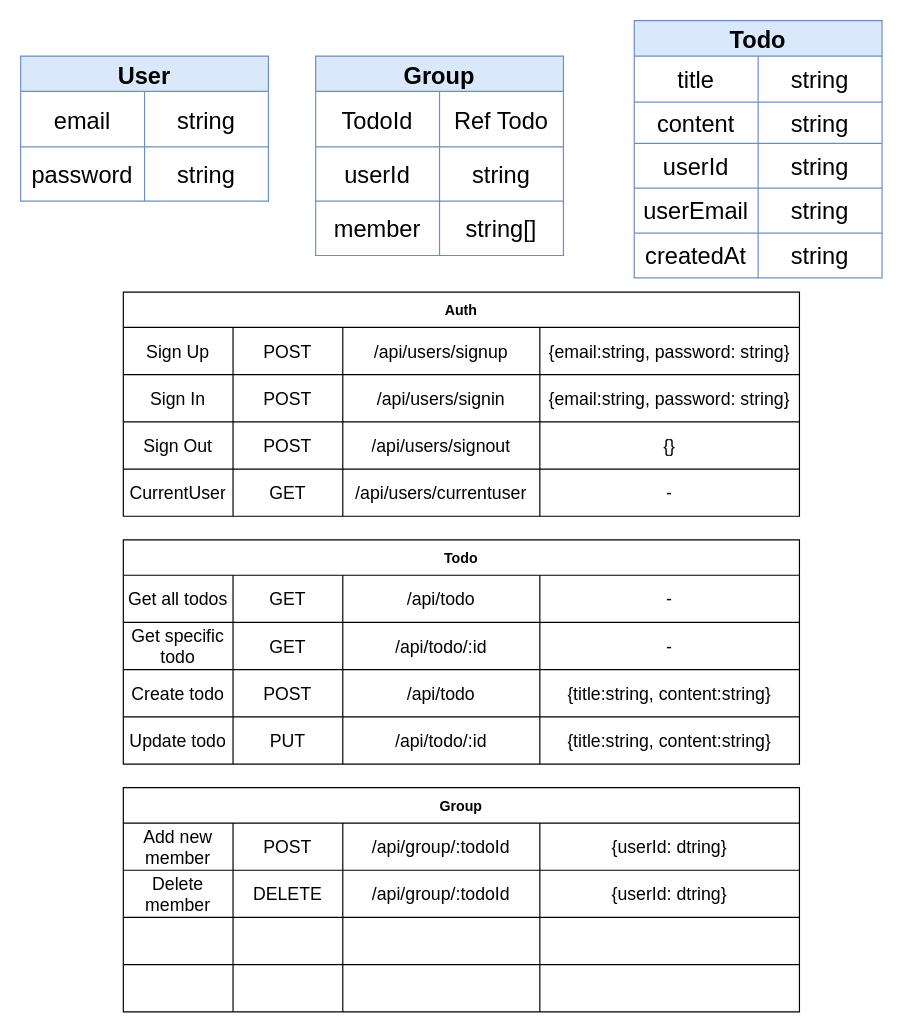
Above: page "第2頁" (2 of 2) of Untitled Diagram.drawio in fan0223/TaskTracker (draw.io), before the change. Source tidied: cells renumbered, new cells numbered last; positions are measured from the earlier drawing's top-left corner, leaving out a move shared by most shapes. Both pictures are drawn from the tidied source at 118%, with x=0, y=0 at pixel (20, 20).
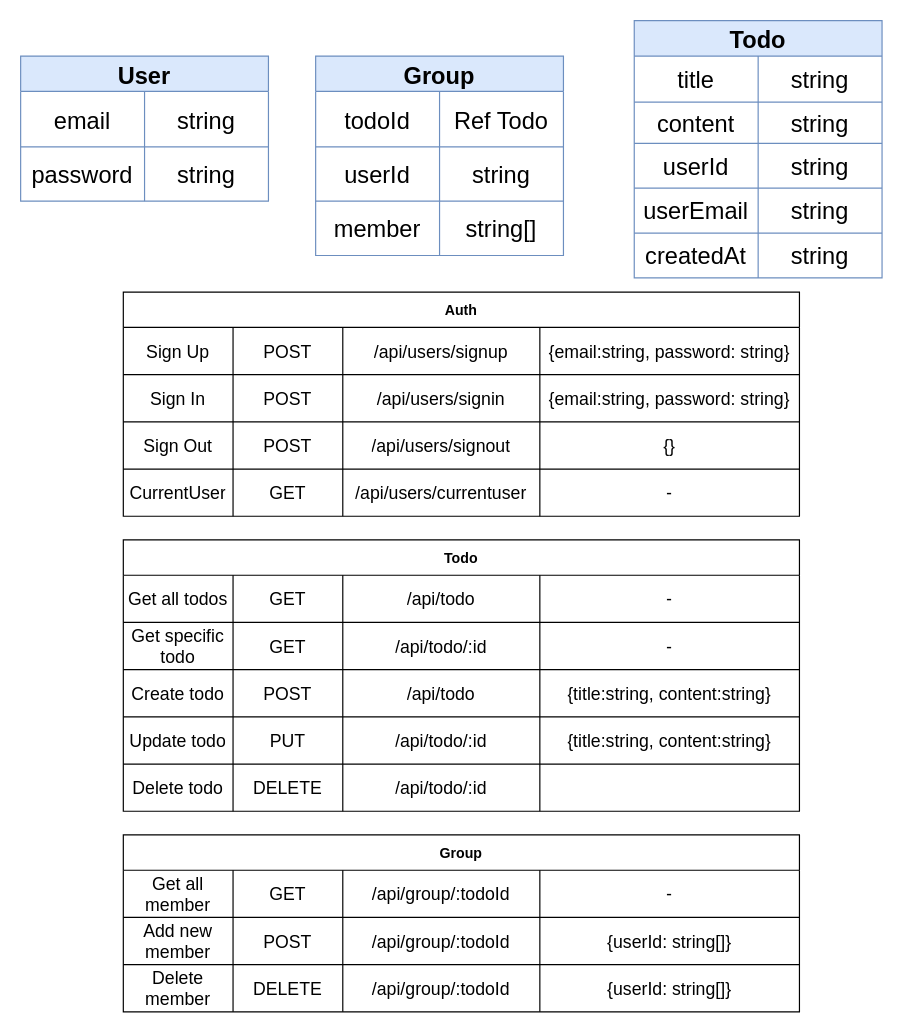
The same page after the edit.

Unchanged cells that the change refers to:
```xml
<mxCell id="26" style="shape=partialRectangle;whiteSpace=wrap;fillColor=none;top=0;left=0;bottom=0;right=0;rounded=0;shadow=0;sketch=0;fontSize=12;labelBackgroundColor=none;labelBorderColor=none;" parent="25" vertex="1">
  <mxGeometry y="30" width="210" height="47" as="geometry" />
</mxCell>
```

Diff of the diagram source:
```diff
@@
-    <mxCell id="27" value="TodoId" style="shape=partialRectangle;whiteSpace=wrap;fillColor=none;top=0;left=0;bottom=0;right=0;overflow=hidden;rounded=0;shadow=0;sketch=0;fontSize=20;labelBackgroundColor=none;labelBorderColor=none;" parent="26" vertex="1">
+    <mxCell id="27" value="todoId" style="shape=partialRectangle;whiteSpace=wrap;fillColor=none;top=0;left=0;bottom=0;right=0;overflow=hidden;rounded=0;shadow=0;sketch=0;fontSize=20;labelBackgroundColor=none;labelBorderColor=none;" parent="26" vertex="1">
       <mxGeometry width="105" height="47" as="geometry" />
     </mxCell>
@@
     <mxCell id="56" value="Todo" style="shape=table;startSize=30;childLayout=tableLayout;fontStyle=1;align=center;" parent="1" vertex="1">
-      <mxGeometry x="87" y="440" width="573" height="190" as="geometry" />
+      <mxGeometry x="87" y="440" width="573" height="230" as="geometry" />
     </mxCell>
@@
+    <mxCell id="98" style="shape=partialRectangle;html=1;whiteSpace=wrap;fillColor=none;top=0;left=0;bottom=0;right=0;" parent="56" vertex="1">
+      <mxGeometry y="190" width="573" height="40" as="geometry" />
+    </mxCell>
+    <mxCell id="99" value="Delete todo" style="shape=partialRectangle;html=1;whiteSpace=wrap;fillColor=none;top=0;left=0;bottom=0;right=0;overflow=hidden;fontSize=15;" parent="98" vertex="1">
+      <mxGeometry width="93" height="40" as="geometry" />
+    </mxCell>
+    <mxCell id="100" value="DELETE" style="shape=partialRectangle;html=1;whiteSpace=wrap;fillColor=none;top=0;left=0;bottom=0;right=0;overflow=hidden;fontSize=15;" parent="98" vertex="1">
+      <mxGeometry x="93" width="93" height="40" as="geometry" />
+    </mxCell>
+    <mxCell id="101" value="/api/todo/:id" style="shape=partialRectangle;html=1;whiteSpace=wrap;fillColor=none;top=0;left=0;bottom=0;right=0;overflow=hidden;fontSize=15;" parent="98" vertex="1">
+      <mxGeometry x="186" width="167" height="40" as="geometry" />
+    </mxCell>
+    <mxCell id="102" style="shape=partialRectangle;html=1;whiteSpace=wrap;fillColor=none;top=0;left=0;bottom=0;right=0;overflow=hidden;fontSize=15;" parent="98" vertex="1">
+      <mxGeometry x="353" width="220" height="40" as="geometry" />
+    </mxCell>
     <mxCell id="77" value="Group" style="shape=table;startSize=30;childLayout=tableLayout;fontStyle=1;align=center;" parent="1" vertex="1">
-      <mxGeometry x="87" y="650" width="573" height="190" as="geometry" />
+      <mxGeometry x="87" y="690" width="573" height="150" as="geometry" />
     </mxCell>
+    <mxCell id="103" style="shape=partialRectangle;html=1;whiteSpace=wrap;fillColor=none;top=0;left=0;bottom=0;right=0;" parent="77" vertex="1">
+      <mxGeometry y="30" width="573" height="40" as="geometry" />
+    </mxCell>
+    <mxCell id="104" value="Get all member" style="shape=partialRectangle;html=1;whiteSpace=wrap;fillColor=none;top=0;left=0;bottom=0;right=0;overflow=hidden;fontSize=15;" parent="103" vertex="1">
+      <mxGeometry width="93" height="40" as="geometry" />
+    </mxCell>
+    <mxCell id="105" value="GET" style="shape=partialRectangle;html=1;whiteSpace=wrap;fillColor=none;top=0;left=0;bottom=0;right=0;overflow=hidden;fontSize=15;" parent="103" vertex="1">
+      <mxGeometry x="93" width="93" height="40" as="geometry" />
+    </mxCell>
+    <mxCell id="106" value="&lt;span&gt;/api/group/:todoId&lt;/span&gt;" style="shape=partialRectangle;html=1;whiteSpace=wrap;fillColor=none;top=0;left=0;bottom=0;right=0;overflow=hidden;fontSize=15;" parent="103" vertex="1">
+      <mxGeometry x="186" width="167" height="40" as="geometry" />
+    </mxCell>
+    <mxCell id="107" value="-" style="shape=partialRectangle;html=1;whiteSpace=wrap;fillColor=none;top=0;left=0;bottom=0;right=0;overflow=hidden;fontSize=15;" parent="103" vertex="1">
+      <mxGeometry x="353" width="220" height="40" as="geometry" />
+    </mxCell>
     <mxCell id="78" style="shape=partialRectangle;html=1;whiteSpace=wrap;fillColor=none;top=0;left=0;bottom=0;right=0;" parent="77" vertex="1">
-      <mxGeometry y="30" width="573" height="40" as="geometry" />
+      <mxGeometry y="70" width="573" height="40" as="geometry" />
     </mxCell>
@@
-    <mxCell id="82" value="{userId: dtring}" style="shape=partialRectangle;html=1;whiteSpace=wrap;fillColor=none;top=0;left=0;bottom=0;right=0;overflow=hidden;fontSize=15;" parent="78" vertex="1">
+    <mxCell id="82" value="{userId: string[]}" style="shape=partialRectangle;html=1;whiteSpace=wrap;fillColor=none;top=0;left=0;bottom=0;right=0;overflow=hidden;fontSize=15;" parent="78" vertex="1">
       <mxGeometry x="353" width="220" height="40" as="geometry" />
     </mxCell>
     <mxCell id="83" style="shape=partialRectangle;html=1;whiteSpace=wrap;fillColor=none;top=0;left=0;bottom=0;right=0;" parent="77" vertex="1">
-      <mxGeometry y="70" width="573" height="40" as="geometry" />
+      <mxGeometry y="110" width="573" height="40" as="geometry" />
     </mxCell>
@@
-    <mxCell id="87" value="{userId: dtring}" style="shape=partialRectangle;html=1;whiteSpace=wrap;fillColor=none;top=0;left=0;bottom=0;right=0;overflow=hidden;fontSize=15;" parent="83" vertex="1">
+    <mxCell id="87" value="{userId: string[]}" style="shape=partialRectangle;html=1;whiteSpace=wrap;fillColor=none;top=0;left=0;bottom=0;right=0;overflow=hidden;fontSize=15;" parent="83" vertex="1">
       <mxGeometry x="353" width="220" height="40" as="geometry" />
     </mxCell>
-    <mxCell id="88" style="shape=partialRectangle;html=1;whiteSpace=wrap;fillColor=none;top=0;left=0;bottom=0;right=0;" parent="77" vertex="1">
-      <mxGeometry y="110" width="573" height="40" as="geometry" />
-    </mxCell>
-    <mxCell id="89" style="shape=partialRectangle;html=1;whiteSpace=wrap;fillColor=none;top=0;left=0;bottom=0;right=0;overflow=hidden;fontSize=15;" parent="88" vertex="1">
-      <mxGeometry width="93" height="40" as="geometry" />
-    </mxCell>
-    <mxCell id="90" style="shape=partialRectangle;html=1;whiteSpace=wrap;fillColor=none;top=0;left=0;bottom=0;right=0;overflow=hidden;fontSize=15;" parent="88" vertex="1">
-      <mxGeometry x="93" width="93" height="40" as="geometry" />
-    </mxCell>
-    <mxCell id="91" style="shape=partialRectangle;html=1;whiteSpace=wrap;fillColor=none;top=0;left=0;bottom=0;right=0;overflow=hidden;fontSize=15;" parent="88" vertex="1">
-      <mxGeometry x="186" width="167" height="40" as="geometry" />
-    </mxCell>
-    <mxCell id="92" style="shape=partialRectangle;html=1;whiteSpace=wrap;fillColor=none;top=0;left=0;bottom=0;right=0;overflow=hidden;fontSize=15;" parent="88" vertex="1">
-      <mxGeometry x="353" width="220" height="40" as="geometry" />
-    </mxCell>
-    <mxCell id="93" style="shape=partialRectangle;html=1;whiteSpace=wrap;fillColor=none;top=0;left=0;bottom=0;right=0;" parent="77" vertex="1">
-      <mxGeometry y="150" width="573" height="40" as="geometry" />
-    </mxCell>
-    <mxCell id="94" style="shape=partialRectangle;html=1;whiteSpace=wrap;fillColor=none;top=0;left=0;bottom=0;right=0;overflow=hidden;fontSize=15;" parent="93" vertex="1">
-      <mxGeometry width="93" height="40" as="geometry" />
-    </mxCell>
-    <mxCell id="95" style="shape=partialRectangle;html=1;whiteSpace=wrap;fillColor=none;top=0;left=0;bottom=0;right=0;overflow=hidden;fontSize=15;" parent="93" vertex="1">
-      <mxGeometry x="93" width="93" height="40" as="geometry" />
-    </mxCell>
-    <mxCell id="96" style="shape=partialRectangle;html=1;whiteSpace=wrap;fillColor=none;top=0;left=0;bottom=0;right=0;overflow=hidden;fontSize=15;" parent="93" vertex="1">
-      <mxGeometry x="186" width="167" height="40" as="geometry" />
-    </mxCell>
-    <mxCell id="97" style="shape=partialRectangle;html=1;whiteSpace=wrap;fillColor=none;top=0;left=0;bottom=0;right=0;overflow=hidden;fontSize=15;" parent="93" vertex="1">
-      <mxGeometry x="353" width="220" height="40" as="geometry" />
-    </mxCell>
```
